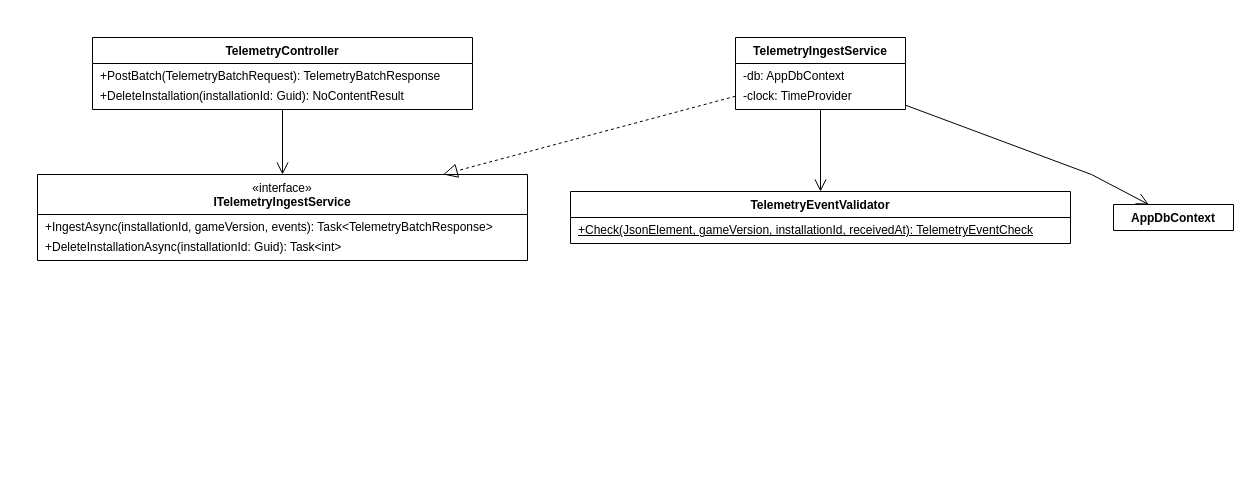
Before: page "Nhận thống kê" (3 of 8) of docs/thiet-ke/lop-may-chu/luoc-do-lop-may-chu.drawio in qivarnq3g/3-gio-12, a draw.io diagram. Source tidied: cells renumbered, new cells numbered last; positions are measured from the earlier drawing's top-left corner, leaving out a move shared by most shapes. Both pictures are drawn from the tidied source at 100%, with x=0, y=0 at pixel (37, 37).
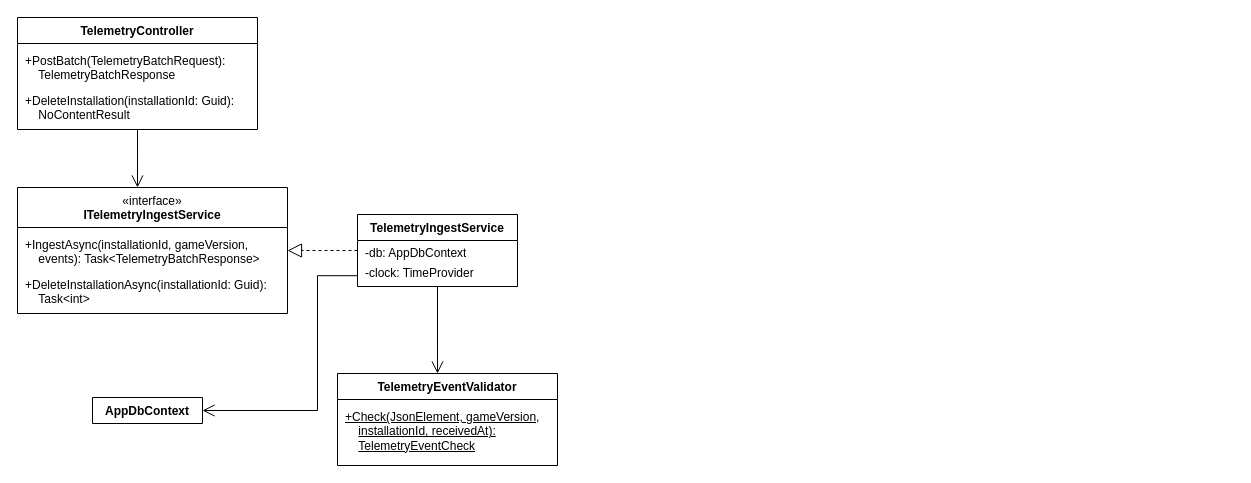
The same page after the edit.

Change to the diagram source:
```diff
@@
 <mxGraphModel background="#ffffff">
   <root>
     <mxCell id="0" />
     <mxCell id="1" parent="0" />
     <mxCell id="2" value="&lt;b&gt;TelemetryController&lt;/b&gt;" style="swimlane;fontStyle=0;html=1;align=center;verticalAlign=top;horizontal=1;startSize=26;whiteSpace=wrap;fontFamily=Arial;fontSize=12;fillColor=#ffffff;swimlaneFillColor=#ffffff;" parent="1" vertex="1">
-      <mxGeometry x="55" width="380" height="72" as="geometry" />
+      <mxGeometry x="-20" y="-20" width="240" height="112" as="geometry" />
     </mxCell>
-    <mxCell id="3" value="+PostBatch(TelemetryBatchRequest): TelemetryBatchResponse" style="text;strokeColor=none;fillColor=none;align=left;verticalAlign=middle;spacingLeft=6;spacingRight=4;overflow=hidden;html=1;fontFamily=Arial;fontSize=12;" parent="2" vertex="1">
-      <mxGeometry y="29" width="380" height="20" as="geometry" />
+    <mxCell id="3" value="+PostBatch(TelemetryBatchRequest): &lt;br&gt;&amp;nbsp;&amp;nbsp;&amp;nbsp;&amp;nbsp;TelemetryBatchResponse" style="text;strokeColor=none;fillColor=none;align=left;spacingLeft=6;spacingRight=4;overflow=hidden;html=1;fontFamily=Arial;verticalAlign=top;spacingTop=1;" parent="2" vertex="1">
+      <mxGeometry y="29" width="240" height="40" as="geometry" />
     </mxCell>
-    <mxCell id="4" value="+DeleteInstallation(installationId: Guid): NoContentResult" style="text;strokeColor=none;fillColor=none;align=left;verticalAlign=middle;spacingLeft=6;spacingRight=4;overflow=hidden;html=1;fontFamily=Arial;fontSize=12;" parent="2" vertex="1">
-      <mxGeometry y="49" width="380" height="20" as="geometry" />
+    <mxCell id="4" value="+DeleteInstallation(installationId: Guid): &lt;br&gt;&amp;nbsp;&amp;nbsp;&amp;nbsp;&amp;nbsp;NoContentResult" style="text;strokeColor=none;fillColor=none;align=left;spacingLeft=6;spacingRight=4;overflow=hidden;html=1;fontFamily=Arial;verticalAlign=top;spacingTop=1;" parent="2" vertex="1">
+      <mxGeometry y="69" width="240" height="40" as="geometry" />
     </mxCell>
     <mxCell id="5" value="«interface»&lt;br&gt;&lt;b&gt;ITelemetryIngestService&lt;/b&gt;" style="swimlane;fontStyle=0;html=1;align=center;verticalAlign=top;horizontal=1;startSize=40;whiteSpace=wrap;fontFamily=Arial;fontSize=12;fillColor=#ffffff;swimlaneFillColor=#ffffff;" parent="1" vertex="1">
-      <mxGeometry y="137" width="490" height="86" as="geometry" />
+      <mxGeometry x="-20" y="150" width="270" height="126" as="geometry" />
     </mxCell>
-    <mxCell id="6" value="+IngestAsync(installationId, gameVersion, events): Task&amp;lt;TelemetryBatchResponse&amp;gt;" style="text;strokeColor=none;fillColor=none;align=left;verticalAlign=middle;spacingLeft=6;spacingRight=4;overflow=hidden;html=1;fontFamily=Arial;fontSize=12;" parent="5" vertex="1">
-      <mxGeometry y="43" width="490" height="20" as="geometry" />
+    <mxCell id="6" value="+IngestAsync(installationId, gameVersion, &lt;br&gt;&amp;nbsp;&amp;nbsp;&amp;nbsp;&amp;nbsp;events): Task&amp;lt;TelemetryBatchResponse&amp;gt;" style="text;strokeColor=none;fillColor=none;align=left;spacingLeft=6;spacingRight=4;overflow=hidden;html=1;fontFamily=Arial;verticalAlign=top;spacingTop=1;" parent="5" vertex="1">
+      <mxGeometry y="43" width="270" height="40" as="geometry" />
     </mxCell>
-    <mxCell id="7" value="+DeleteInstallationAsync(installationId: Guid): Task&amp;lt;int&amp;gt;" style="text;strokeColor=none;fillColor=none;align=left;verticalAlign=middle;spacingLeft=6;spacingRight=4;overflow=hidden;html=1;fontFamily=Arial;fontSize=12;" parent="5" vertex="1">
-      <mxGeometry y="63" width="490" height="20" as="geometry" />
+    <mxCell id="7" value="+DeleteInstallationAsync(installationId: Guid): &lt;br&gt;&amp;nbsp;&amp;nbsp;&amp;nbsp;&amp;nbsp;Task&amp;lt;int&amp;gt;" style="text;strokeColor=none;fillColor=none;align=left;spacingLeft=6;spacingRight=4;overflow=hidden;html=1;fontFamily=Arial;verticalAlign=top;spacingTop=1;" parent="5" vertex="1">
+      <mxGeometry y="83" width="270" height="40" as="geometry" />
     </mxCell>
     <mxCell id="8" value="&lt;b&gt;TelemetryIngestService&lt;/b&gt;" style="swimlane;fontStyle=0;html=1;align=center;verticalAlign=top;horizontal=1;startSize=26;whiteSpace=wrap;fontFamily=Arial;fontSize=12;fillColor=#ffffff;swimlaneFillColor=#ffffff;" parent="1" vertex="1">
-      <mxGeometry x="698" width="170" height="72" as="geometry" />
+      <mxGeometry x="320" y="177" width="160" height="72" as="geometry" />
     </mxCell>
     <mxCell id="9" value="-db: AppDbContext" style="text;strokeColor=none;fillColor=none;align=left;verticalAlign=middle;spacingLeft=6;spacingRight=4;overflow=hidden;html=1;fontFamily=Arial;fontSize=12;" parent="8" vertex="1">
-      <mxGeometry y="29" width="170" height="20" as="geometry" />
+      <mxGeometry y="29" width="160" height="20" as="geometry" />
     </mxCell>
     <mxCell id="10" value="-clock: TimeProvider" style="text;strokeColor=none;fillColor=none;align=left;verticalAlign=middle;spacingLeft=6;spacingRight=4;overflow=hidden;html=1;fontFamily=Arial;fontSize=12;" parent="8" vertex="1">
-      <mxGeometry y="49" width="170" height="20" as="geometry" />
+      <mxGeometry y="49" width="160" height="20" as="geometry" />
     </mxCell>
     <mxCell id="11" value="&lt;b&gt;TelemetryEventValidator&lt;/b&gt;" style="swimlane;fontStyle=0;html=1;align=center;verticalAlign=top;horizontal=1;startSize=26;whiteSpace=wrap;fontFamily=Arial;fontSize=12;fillColor=#ffffff;swimlaneFillColor=#ffffff;" parent="1" vertex="1">
-      <mxGeometry x="533" y="154" width="500" height="52" as="geometry" />
+      <mxGeometry x="300" y="336" width="220" height="92" as="geometry" />
     </mxCell>
-    <mxCell id="12" value="&lt;u&gt;+Check(JsonElement, gameVersion, installationId, receivedAt): TelemetryEventCheck&lt;/u&gt;" style="text;strokeColor=none;fillColor=none;align=left;verticalAlign=middle;spacingLeft=6;spacingRight=4;overflow=hidden;html=1;fontFamily=Arial;fontSize=12;" parent="11" vertex="1">
-      <mxGeometry y="29" width="500" height="20" as="geometry" />
+    <mxCell id="12" value="&lt;u&gt;+Check(JsonElement, gameVersion, &lt;/u&gt;&lt;br&gt;&amp;nbsp;&amp;nbsp;&amp;nbsp;&amp;nbsp;&lt;u&gt;installationId, receivedAt): &lt;/u&gt;&lt;br&gt;&amp;nbsp;&amp;nbsp;&amp;nbsp;&amp;nbsp;&lt;u&gt;TelemetryEventCheck&lt;/u&gt;" style="text;strokeColor=none;fillColor=none;align=left;spacingLeft=6;spacingRight=4;overflow=hidden;html=1;fontFamily=Arial;verticalAlign=top;spacingTop=1;" parent="11" vertex="1">
+      <mxGeometry y="29" width="220" height="60" as="geometry" />
     </mxCell>
     <mxCell id="13" value="&lt;b&gt;AppDbContext&lt;/b&gt;" style="swimlane;fontStyle=0;html=1;align=center;verticalAlign=top;horizontal=1;startSize=26;whiteSpace=wrap;fontFamily=Arial;fontSize=12;fillColor=#ffffff;swimlaneFillColor=#ffffff;" parent="1" vertex="1">
-      <mxGeometry x="1076" y="167" width="120" height="26" as="geometry" />
+      <mxGeometry x="55" y="360" width="110" height="26" as="geometry" />
     </mxCell>
-    <mxCell id="14" style="html=1;rounded=0;fontFamily=Arial;fontSize=11;labelBackgroundColor=#ffffff;endArrow=open;endFill=0;endSize=10;" parent="1" edge="1" source="2" target="5">
+    <mxCell id="14" style="html=1;fontFamily=Arial;endArrow=open;endFill=0;endSize=10;edgeStyle=orthogonalEdgeStyle;rounded=0;fontSize=12;labelBackgroundColor=#ffffff;exitY=1;exitX=0.5;entryY=0;entryX=0.4444;exitPerimeter=0;entryPerimeter=0;" parent="1" edge="1" source="2" target="5">
       <mxGeometry relative="1" as="geometry" />
     </mxCell>
-    <mxCell id="15" style="html=1;rounded=0;fontFamily=Arial;fontSize=11;labelBackgroundColor=#ffffff;endArrow=block;endFill=0;endSize=12;dashed=1;" parent="1" edge="1" source="8" target="5">
+    <mxCell id="15" style="html=1;fontFamily=Arial;endArrow=block;endFill=0;endSize=12;dashed=1;edgeStyle=orthogonalEdgeStyle;rounded=0;fontSize=12;labelBackgroundColor=#ffffff;exitX=0;exitY=0.5;entryX=1;entryY=0.5;exitPerimeter=0;entryPerimeter=0;" parent="1" edge="1" source="8" target="5">
       <mxGeometry relative="1" as="geometry" />
     </mxCell>
-    <mxCell id="16" style="html=1;rounded=0;fontFamily=Arial;fontSize=11;labelBackgroundColor=#ffffff;endArrow=open;endFill=0;endSize=10;" parent="1" edge="1" source="8" target="11">
+    <mxCell id="16" style="html=1;fontFamily=Arial;endArrow=open;endFill=0;endSize=10;edgeStyle=orthogonalEdgeStyle;rounded=0;fontSize=12;labelBackgroundColor=#ffffff;exitY=1;exitX=0.5;entryY=0;entryX=0.4545;exitPerimeter=0;entryPerimeter=0;" parent="1" edge="1" source="8" target="11">
       <mxGeometry relative="1" as="geometry" />
     </mxCell>
-    <mxCell id="17" style="html=1;rounded=0;fontFamily=Arial;fontSize=11;labelBackgroundColor=#ffffff;endArrow=open;endFill=0;endSize=10;" parent="1" edge="1" source="8" target="13">
+    <mxCell id="17" style="html=1;fontFamily=Arial;endArrow=open;endFill=0;endSize=10;edgeStyle=orthogonalEdgeStyle;rounded=0;fontSize=12;labelBackgroundColor=#ffffff;exitX=0;exitY=0.85;exitPerimeter=0;entryX=1;entryY=0.5;entryPerimeter=0;" parent="1" edge="1" source="8" target="13">
       <mxGeometry relative="1" as="geometry">
         <Array as="points">
-          <mxPoint x="1054" y="137" />
+          <mxPoint x="280" y="238" />
+          <mxPoint x="280" y="373" />
         </Array>
       </mxGeometry>
     </mxCell>
   </root>
 </mxGraphModel>
```
